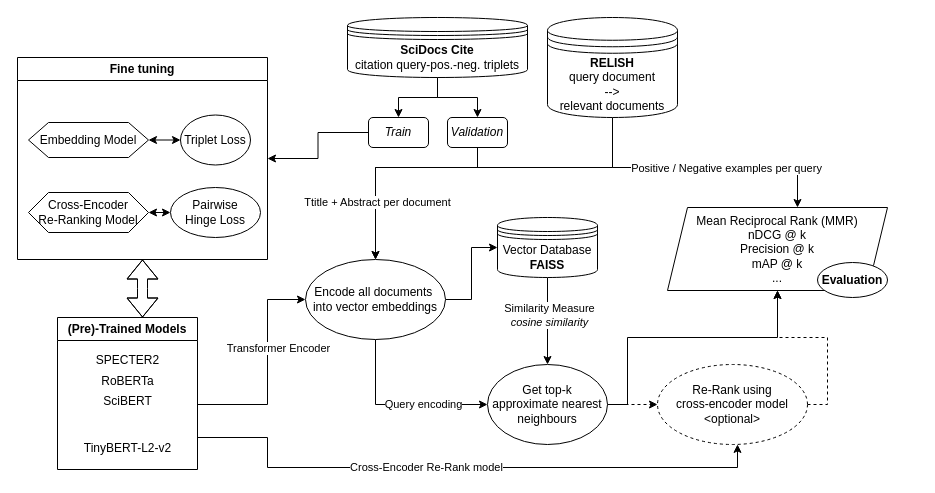
PatrickZ1/Scientific-Paper-Recommender keeps this draw.io diagram as AIR_schematic.drawio. Above is the earlier version. Source tidied: cells renumbered, new cells numbered last; positions are measured from the earlier drawing's top-left corner, leaving out a move shared by most shapes. Both pictures are drawn from the tidied source at 100%, with x=0, y=0 at pixel (17, 17).
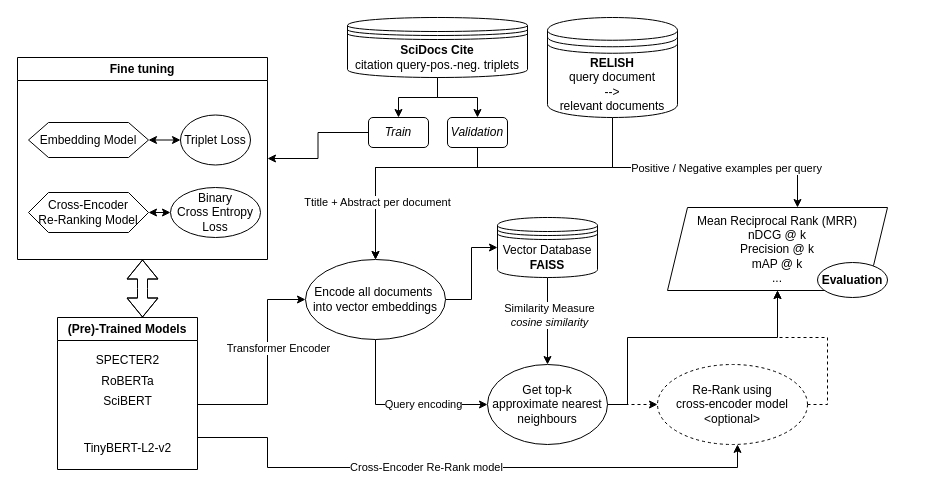
Above is the later version.

The change refers to these unchanged cells:
```xml
<mxCell id="35" style="group;" parent="1" vertex="1">
  <mxGeometry x="650" y="190" width="250" height="95" as="geometry" />
</mxCell>
<mxCell id="38" value="Fine tuning" style="swimlane;whiteSpace=wrap;html=1;" parent="1" vertex="1">
  <mxGeometry y="40" width="250" height="202" as="geometry" />
</mxCell>
```

The edit, as a diff of the source:
```diff
@@
-    <mxCell id="36" value="Mean Reciprocal Rank (MMR)&lt;br&gt;nDCG @ k&lt;br&gt;Precision @ k&lt;br&gt;mAP @ k&lt;br&gt;..." style="shape=parallelogram;perimeter=parallelogramPerimeter;whiteSpace=wrap;html=1;fixedSize=1;" parent="35" vertex="1">
+    <mxCell id="36" value="Mean Reciprocal Rank (MRR)&lt;br&gt;nDCG @ k&lt;br&gt;Precision @ k&lt;br&gt;mAP @ k&lt;br&gt;..." style="shape=parallelogram;perimeter=parallelogramPerimeter;whiteSpace=wrap;html=1;fixedSize=1;" parent="35" vertex="1">
       <mxGeometry width="220" height="83" as="geometry" />
     </mxCell>
@@
-    <mxCell id="42" value="Pairwise&lt;br&gt;Hinge Loss" style="ellipse;whiteSpace=wrap;html=1;" parent="38" vertex="1">
+    <mxCell id="42" value="Binary&lt;br&gt;Cross Entropy&lt;br&gt;Loss" style="ellipse;whiteSpace=wrap;html=1;" parent="38" vertex="1">
       <mxGeometry x="153" y="130" width="90" height="50" as="geometry" />
     </mxCell>
```
